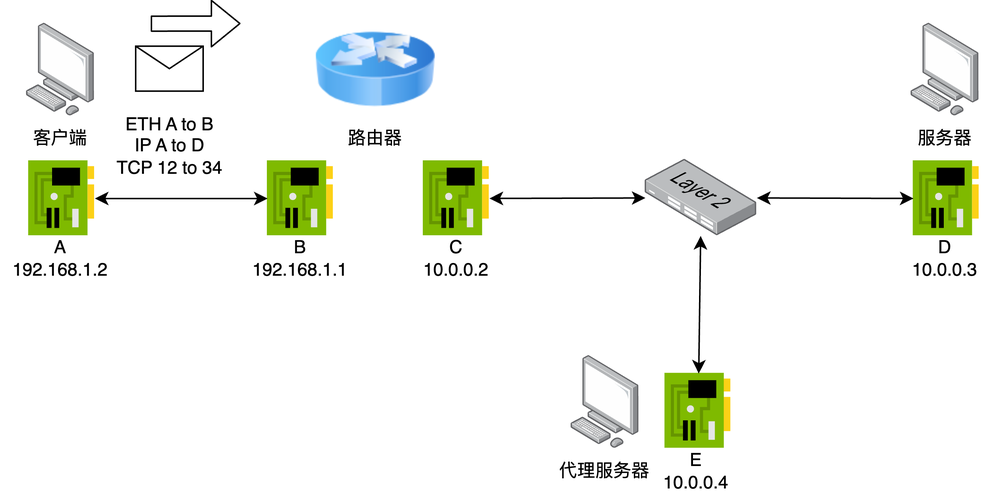
N2Sys-EDU/Lab3-Documentation keeps this draw.io diagram as example_step5.png. Above is the earlier version. Source tidied: cells renumbered, new cells last; positions are measured from the earlier drawing's top-left corner, leaving out a move shared by most shapes.
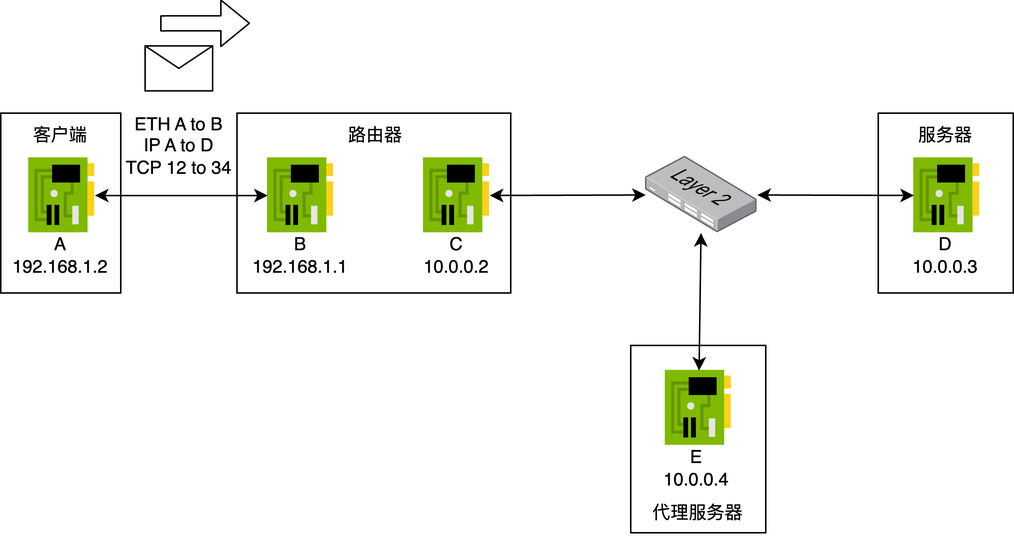
After the change.

What changed in the source:
```diff
@@ -2,12 +2,18 @@
   <root>
     <mxCell id="0" />
     <mxCell id="1" parent="0" />
-    <mxCell id="2" style="image;html=1;image=img/lib/clip_art/networking/Router_Icon_128x128.png;" parent="1" vertex="1">
-      <mxGeometry x="210" y="0.1" width="80" height="80" as="geometry" />
-    </mxCell>
-    <mxCell id="3" style="html=1;align=center;shadow=0;dashed=0;image;image=img/lib/allied_telesis/computer_and_terminals/Personal_Computer.svg;" parent="1" vertex="1">
-      <mxGeometry x="17.2" y="9.2" width="45.6" height="61.8" as="geometry" />
-    </mxCell>
+    <mxCell id="28" style="rounded=0;whiteSpace=wrap;html=1;" parent="1" vertex="1">
+      <mxGeometry x="585" y="71" width="90" height="120" as="geometry" />
+    </mxCell>
+    <mxCell id="29" style="rounded=0;whiteSpace=wrap;html=1;" parent="1" vertex="1">
+      <mxGeometry x="420" y="226" width="90" height="125" as="geometry" />
+    </mxCell>
+    <mxCell id="30" style="rounded=0;whiteSpace=wrap;html=1;" parent="1" vertex="1">
+      <mxGeometry x="157.5" y="71" width="182.5" height="120" as="geometry" />
+    </mxCell>
+    <mxCell id="31" style="rounded=0;whiteSpace=wrap;html=1;" parent="1" vertex="1">
+      <mxGeometry y="71" width="80" height="120" as="geometry" />
+    </mxCell>
     <mxCell id="4" value="客户端" style="text;html=1;strokeColor=none;fillColor=none;align=center;verticalAlign=middle;whiteSpace=wrap;rounded=0;" parent="1" vertex="1">
       <mxGeometry y="71" width="80" height="30" as="geometry" />
     </mxCell>
@@ -35,9 +41,6 @@
     <mxCell id="12" value="C&lt;br&gt;10.0.0.2" style="text;html=1;strokeColor=none;fillColor=none;align=center;verticalAlign=middle;whiteSpace=wrap;rounded=0;" parent="1" vertex="1">
       <mxGeometry x="264" y="151" width="80" height="30" as="geometry" />
     </mxCell>
-    <mxCell id="13" style="html=1;align=center;shadow=0;dashed=0;image;image=img/lib/allied_telesis/computer_and_terminals/Personal_Computer.svg;" parent="1" vertex="1">
-      <mxGeometry x="607.2" y="9.2" width="45.6" height="61.8" as="geometry" />
-    </mxCell>
     <mxCell id="14" value="服务器" style="text;html=1;strokeColor=none;fillColor=none;align=center;verticalAlign=middle;whiteSpace=wrap;rounded=0;" parent="1" vertex="1">
       <mxGeometry x="590" y="71" width="80" height="30" as="geometry" />
     </mxCell>
@@ -56,11 +59,8 @@
     <mxCell id="19" style="endArrow=classic;startArrow=classic;html=1;" parent="1" edge="1" source="18" target="15">
       <mxGeometry relative="1" as="geometry" />
     </mxCell>
-    <mxCell id="20" style="html=1;align=center;shadow=0;dashed=0;image;image=img/lib/allied_telesis/computer_and_terminals/Personal_Computer.svg;" parent="1" vertex="1">
-      <mxGeometry x="380.4" y="231" width="45.6" height="61.8" as="geometry" />
-    </mxCell>
     <mxCell id="21" value="代理服务器" style="text;html=1;strokeColor=none;fillColor=none;align=center;verticalAlign=middle;whiteSpace=wrap;rounded=0;" parent="1" vertex="1">
-      <mxGeometry x="363.2" y="292.8" width="80" height="30" as="geometry" />
+      <mxGeometry x="425.2" y="322.8" width="80" height="30" as="geometry" />
     </mxCell>
     <mxCell id="22" style="sketch=0;html=1;points=[];align=center;image;fontSize=12;image=img/lib/mscae/NetworkInterfaceCard.svg;" parent="1" vertex="1">
       <mxGeometry x="443.2" y="242.8" width="44" height="50" as="geometry" />
@@ -72,16 +72,16 @@
       <mxGeometry relative="1" as="geometry" />
     </mxCell>
     <mxCell id="25" style="shape=message;html=1;html=1;labelPosition=center;verticalLabelPosition=bottom;align=center;verticalAlign=top;" parent="1" vertex="1">
-      <mxGeometry x="90" y="24.3" width="45" height="30" as="geometry" />
+      <mxGeometry x="96.2" y="26.1" width="45" height="30" as="geometry" />
     </mxCell>
     <mxCell id="26" style="shape=flexArrow;endArrow=classic;html=1;" parent="1" edge="1">
       <mxGeometry relative="1" as="geometry">
-        <mxPoint x="100" y="9.3" as="sourcePoint" />
-        <mxPoint x="160" y="9.2" as="targetPoint" />
+        <mxPoint x="106.2" y="11.1" as="sourcePoint" />
+        <mxPoint x="166.2" y="11" as="targetPoint" />
       </mxGeometry>
     </mxCell>
     <mxCell id="27" value="ETH A to B&lt;br&gt;IP A to D&lt;br&gt;TCP 12 to 34" style="text;html=1;strokeColor=none;fillColor=none;align=center;verticalAlign=middle;whiteSpace=wrap;rounded=0;" parent="1" vertex="1">
-      <mxGeometry x="73.8" y="61" width="77.5" height="60" as="geometry" />
+      <mxGeometry x="80" y="62.8" width="77.5" height="60" as="geometry" />
     </mxCell>
   </root>
 </mxGraphModel>
```
